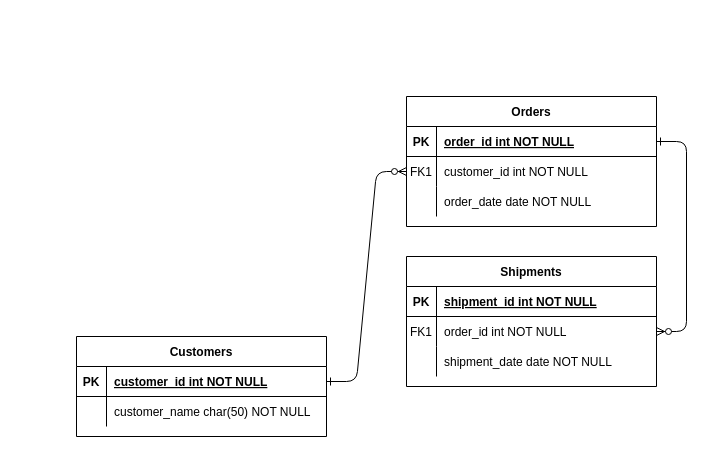
Before: docs/diagrams/ER.drawio in Wact/nstu-fami-7semester-dbes-project, a draw.io diagram. Source tidied: cells renumbered, new cells numbered last; positions are measured from the earlier drawing's top-left corner, leaving out a move shared by most shapes. Both pictures are drawn from the tidied source at 100%, with x=0, y=0 at pixel (76, 96).
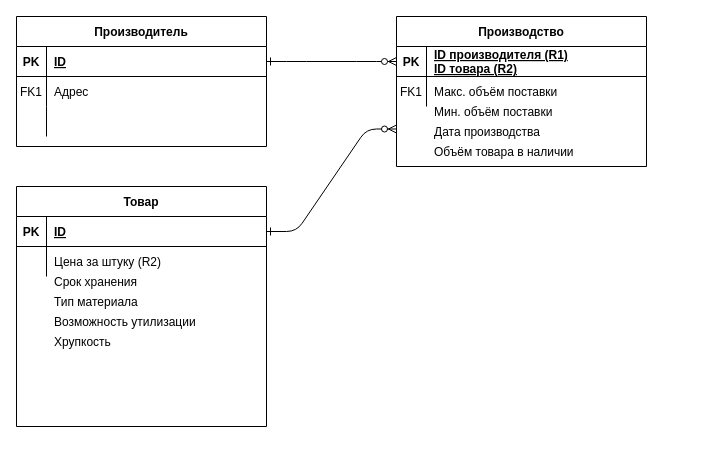
The same diagram, later.

The change refers to these unchanged cells:
```xml
<mxCell id="5" style="shape=partialRectangle;fillColor=none;points=[[0,0.5],[1,0.5]];portConstraint=eastwest;top=0;left=0;right=0;bottom=1;" parent="4" vertex="1">
  <mxGeometry y="30" width="250" height="30" as="geometry" />
</mxCell>
<mxCell id="8" style="shape=partialRectangle;fillColor=none;points=[[0,0.5],[1,0.5]];portConstraint=eastwest;top=0;left=0;right=0;bottom=0;" parent="4" vertex="1">
  <mxGeometry y="60" width="250" height="30" as="geometry" />
</mxCell>
<mxCell id="11" style="shape=partialRectangle;fillColor=none;top=0;left=0;right=0;bottom=0;" parent="4" vertex="1">
  <mxGeometry y="90" width="250" height="30" as="geometry" />
</mxCell>
<mxCell id="15" style="shape=partialRectangle;fillColor=none;points=[[0,0.5],[1,0.5]];portConstraint=eastwest;top=0;left=0;right=0;bottom=1;" parent="14" vertex="1">
  <mxGeometry y="30" width="250" height="30" as="geometry" />
</mxCell>
<mxCell id="18" style="shape=partialRectangle;fillColor=none;points=[[0,0.5],[1,0.5]];portConstraint=eastwest;top=0;left=0;right=0;bottom=0;" parent="14" vertex="1">
  <mxGeometry y="60" width="250" height="30" as="geometry" />
</mxCell>
```

What changed in the source:
```diff
@@
-    <mxCell id="2" style="edgeStyle=entityRelationEdgeStyle;endArrow=ERzeroToMany;startArrow=ERone;endFill=1;startFill=0;" parent="1" edge="1" source="25" target="8">
+    <mxCell id="2" style="edgeStyle=entityRelationEdgeStyle;endArrow=ERzeroToMany;startArrow=ERone;endFill=1;startFill=0;entryX=0;entryY=0.75;entryDx=0;entryDy=0;" parent="1" edge="1" source="25" target="14">
       <mxGeometry relative="1" as="geometry" />
     </mxCell>
-    <mxCell id="3" style="edgeStyle=entityRelationEdgeStyle;endArrow=ERzeroToMany;startArrow=ERone;endFill=1;startFill=0;" parent="1" edge="1" source="5" target="18">
+    <mxCell id="3" style="edgeStyle=entityRelationEdgeStyle;endArrow=ERzeroToMany;startArrow=ERone;endFill=1;startFill=0;entryX=0;entryY=0.5;entryDx=0;entryDy=0;" parent="1" edge="1" source="5" target="15">
       <mxGeometry relative="1" as="geometry" />
     </mxCell>
-    <mxCell id="4" value="Orders" style="shape=table;startSize=30;childLayout=tableLayout;rowLines=0;fontStyle=1;align=center;" parent="1" vertex="1">
-      <mxGeometry x="330" width="250" height="130" as="geometry" />
+    <mxCell id="4" value="Производитель" style="shape=table;startSize=30;childLayout=tableLayout;rowLines=0;fontStyle=1;align=center;" parent="1" vertex="1">
+      <mxGeometry x="-60" y="-80" width="250" height="130" as="geometry" />
     </mxCell>
@@
-    <mxCell id="7" value="order_id int NOT NULL " style="shape=partialRectangle;overflow=hidden;fillColor=none;top=0;left=0;bottom=0;right=0;align=left;spacingLeft=6;fontStyle=5;" parent="5" vertex="1">
+    <mxCell id="7" value="ID" style="shape=partialRectangle;overflow=hidden;fillColor=none;top=0;left=0;bottom=0;right=0;align=left;spacingLeft=6;fontStyle=5;" parent="5" vertex="1">
       <mxGeometry x="30" width="220" height="30" as="geometry" />
     </mxCell>
@@
-    <mxCell id="10" value="customer_id int NOT NULL" style="shape=partialRectangle;overflow=hidden;fillColor=none;top=0;left=0;bottom=0;right=0;align=left;spacingLeft=6;" parent="8" vertex="1">
+    <mxCell id="10" value="Адрес" style="shape=partialRectangle;overflow=hidden;fillColor=none;top=0;left=0;bottom=0;right=0;align=left;spacingLeft=6;" parent="8" vertex="1">
       <mxGeometry x="30" width="220" height="30" as="geometry" />
     </mxCell>
@@
-    <mxCell id="13" value="order_date date NOT NULL" style="shape=partialRectangle;overflow=hidden;fillColor=none;top=0;left=0;bottom=0;right=0;align=left;spacingLeft=6;" parent="11" vertex="1">
+    <mxCell id="13" style="shape=partialRectangle;overflow=hidden;fillColor=none;top=0;left=0;bottom=0;right=0;align=left;spacingLeft=6;" parent="11" vertex="1">
       <mxGeometry x="30" width="220" height="30" as="geometry" />
     </mxCell>
+    <mxCell id="24" value="Товар" style="shape=table;startSize=30;childLayout=tableLayout;rowLines=0;fontStyle=1;align=center;" parent="1" vertex="1">
+      <mxGeometry x="-60" y="90" width="250" height="240" as="geometry" />
+    </mxCell>
+    <mxCell id="25" style="shape=partialRectangle;fillColor=none;points=[[0,0.5],[1,0.5]];portConstraint=eastwest;top=0;left=0;right=0;bottom=1;" parent="24" vertex="1">
+      <mxGeometry y="30" width="250" height="30" as="geometry" />
+    </mxCell>
+    <mxCell id="26" value="PK" style="shape=partialRectangle;overflow=hidden;fillColor=none;top=0;left=0;bottom=0;right=0;fontStyle=1;" parent="25" vertex="1">
+      <mxGeometry width="30" height="30" as="geometry" />
+    </mxCell>
+    <mxCell id="27" value="ID" style="shape=partialRectangle;overflow=hidden;fillColor=none;top=0;left=0;bottom=0;right=0;align=left;spacingLeft=6;fontStyle=5;" parent="25" vertex="1">
+      <mxGeometry x="30" width="220" height="30" as="geometry" />
+    </mxCell>
+    <mxCell id="28" style="shape=partialRectangle;fillColor=none;top=0;left=0;right=0;bottom=0;" parent="24" vertex="1">
+      <mxGeometry y="60" width="250" height="30" as="geometry" />
+    </mxCell>
+    <mxCell id="29" style="shape=partialRectangle;overflow=hidden;fillColor=none;top=0;left=0;bottom=0;right=0;" parent="28" vertex="1">
+      <mxGeometry width="30" height="30" as="geometry" />
+    </mxCell>
+    <mxCell id="30" value="Цена за штуку (R2)" style="shape=partialRectangle;overflow=hidden;fillColor=none;top=0;left=0;bottom=0;right=0;align=left;spacingLeft=6;" parent="28" vertex="1">
+      <mxGeometry x="30" width="220" height="30" as="geometry" />
+    </mxCell>
+    <mxCell id="31" style="group;" parent="1" vertex="1">
+      <mxGeometry x="320" y="-80" width="250" height="150" as="geometry" />
+    </mxCell>
-    <mxCell id="14" value="Shipments" style="shape=table;startSize=30;childLayout=tableLayout;rowLines=0;fontStyle=1;align=center;" parent="1" vertex="1">
-      <mxGeometry x="330" y="160" width="250" height="130" as="geometry" />
+    <mxCell id="14" value="Производство" style="shape=table;startSize=30;childLayout=tableLayout;rowLines=0;fontStyle=1;align=center;" parent="31" vertex="1">
+      <mxGeometry width="250" height="150" as="geometry" />
     </mxCell>
@@
-    <mxCell id="17" value="shipment_id int NOT NULL " style="shape=partialRectangle;overflow=hidden;fillColor=none;top=0;left=0;bottom=0;right=0;align=left;spacingLeft=6;fontStyle=5;" parent="15" vertex="1">
+    <mxCell id="17" value="ID производителя (R1)&#10;ID товара (R2)" style="shape=partialRectangle;overflow=hidden;fillColor=none;top=0;left=0;bottom=0;right=0;align=left;spacingLeft=6;fontStyle=5;" parent="15" vertex="1">
       <mxGeometry x="30" width="220" height="30" as="geometry" />
     </mxCell>
@@
-    <mxCell id="20" value="order_id int NOT NULL" style="shape=partialRectangle;overflow=hidden;fillColor=none;top=0;left=0;bottom=0;right=0;align=left;spacingLeft=6;" parent="18" vertex="1">
+    <mxCell id="20" value="Макс. объём поставки" style="shape=partialRectangle;overflow=hidden;fillColor=none;top=0;left=0;bottom=0;right=0;align=left;spacingLeft=6;" parent="18" vertex="1">
       <mxGeometry x="30" width="220" height="30" as="geometry" />
     </mxCell>
-    <mxCell id="21" style="shape=partialRectangle;fillColor=none;top=0;left=0;right=0;bottom=0;" parent="14" vertex="1">
-      <mxGeometry y="90" width="250" height="30" as="geometry" />
-    </mxCell>
-    <mxCell id="22" style="shape=partialRectangle;overflow=hidden;fillColor=none;top=0;left=0;bottom=0;right=0;" parent="21" vertex="1">
-      <mxGeometry width="30" height="30" as="geometry" />
-    </mxCell>
-    <mxCell id="23" value="shipment_date date NOT NULL" style="shape=partialRectangle;overflow=hidden;fillColor=none;top=0;left=0;bottom=0;right=0;align=left;spacingLeft=6;" parent="21" vertex="1">
-      <mxGeometry x="30" width="220" height="30" as="geometry" />
-    </mxCell>
-    <mxCell id="24" value="Customers" style="shape=table;startSize=30;childLayout=tableLayout;rowLines=0;fontStyle=1;align=center;" parent="1" vertex="1">
-      <mxGeometry y="240" width="250" height="100" as="geometry" />
-    </mxCell>
-    <mxCell id="25" style="shape=partialRectangle;fillColor=none;points=[[0,0.5],[1,0.5]];portConstraint=eastwest;top=0;left=0;right=0;bottom=1;" parent="24" vertex="1">
-      <mxGeometry y="30" width="250" height="30" as="geometry" />
-    </mxCell>
-    <mxCell id="26" value="PK" style="shape=partialRectangle;overflow=hidden;fillColor=none;top=0;left=0;bottom=0;right=0;fontStyle=1;" parent="25" vertex="1">
-      <mxGeometry width="30" height="30" as="geometry" />
-    </mxCell>
-    <mxCell id="27" value="customer_id int NOT NULL " style="shape=partialRectangle;overflow=hidden;fillColor=none;top=0;left=0;bottom=0;right=0;align=left;spacingLeft=6;fontStyle=5;" parent="25" vertex="1">
-      <mxGeometry x="30" width="220" height="30" as="geometry" />
-    </mxCell>
-    <mxCell id="28" style="shape=partialRectangle;fillColor=none;top=0;left=0;right=0;bottom=0;" parent="24" vertex="1">
-      <mxGeometry y="60" width="250" height="30" as="geometry" />
-    </mxCell>
-    <mxCell id="29" style="shape=partialRectangle;overflow=hidden;fillColor=none;top=0;left=0;bottom=0;right=0;" parent="28" vertex="1">
-      <mxGeometry width="30" height="30" as="geometry" />
-    </mxCell>
-    <mxCell id="30" value="customer_name char(50) NOT NULL" style="shape=partialRectangle;overflow=hidden;fillColor=none;top=0;left=0;bottom=0;right=0;align=left;spacingLeft=6;" parent="28" vertex="1">
-      <mxGeometry x="30" width="220" height="30" as="geometry" />
-    </mxCell>
+    <mxCell id="32" value="Мин. объём поставки" style="shape=partialRectangle;overflow=hidden;fillColor=none;top=0;left=0;bottom=0;right=0;align=left;spacingLeft=6;" parent="31" vertex="1">
+      <mxGeometry x="30" y="80" width="220" height="30" as="geometry" />
+    </mxCell>
+    <mxCell id="33" value="Дата производства" style="shape=partialRectangle;overflow=hidden;fillColor=none;top=0;left=0;bottom=0;right=0;align=left;spacingLeft=6;" parent="31" vertex="1">
+      <mxGeometry x="30" y="100" width="220" height="30" as="geometry" />
+    </mxCell>
+    <mxCell id="34" value="Объём товара в наличии" style="shape=partialRectangle;overflow=hidden;fillColor=none;top=0;left=0;bottom=0;right=0;align=left;spacingLeft=6;" parent="31" vertex="1">
+      <mxGeometry x="30" y="120" width="220" height="30" as="geometry" />
+    </mxCell>
+    <mxCell id="35" value="Срок хранения" style="shape=partialRectangle;overflow=hidden;fillColor=none;top=0;left=0;bottom=0;right=0;align=left;spacingLeft=6;" parent="1" vertex="1">
+      <mxGeometry x="-30" y="170" width="220" height="30" as="geometry" />
+    </mxCell>
+    <mxCell id="36" value="Тип материала" style="shape=partialRectangle;overflow=hidden;fillColor=none;top=0;left=0;bottom=0;right=0;align=left;spacingLeft=6;" parent="1" vertex="1">
+      <mxGeometry x="-30" y="190" width="220" height="30" as="geometry" />
+    </mxCell>
+    <mxCell id="37" value="Возможность утилизации" style="shape=partialRectangle;overflow=hidden;fillColor=none;top=0;left=0;bottom=0;right=0;align=left;spacingLeft=6;" parent="1" vertex="1">
+      <mxGeometry x="-30" y="210" width="220" height="30" as="geometry" />
+    </mxCell>
+    <mxCell id="38" value="Хрупкость" style="shape=partialRectangle;overflow=hidden;fillColor=none;top=0;left=0;bottom=0;right=0;align=left;spacingLeft=6;" parent="1" vertex="1">
+      <mxGeometry x="-30" y="230" width="220" height="30" as="geometry" />
+    </mxCell>
```
